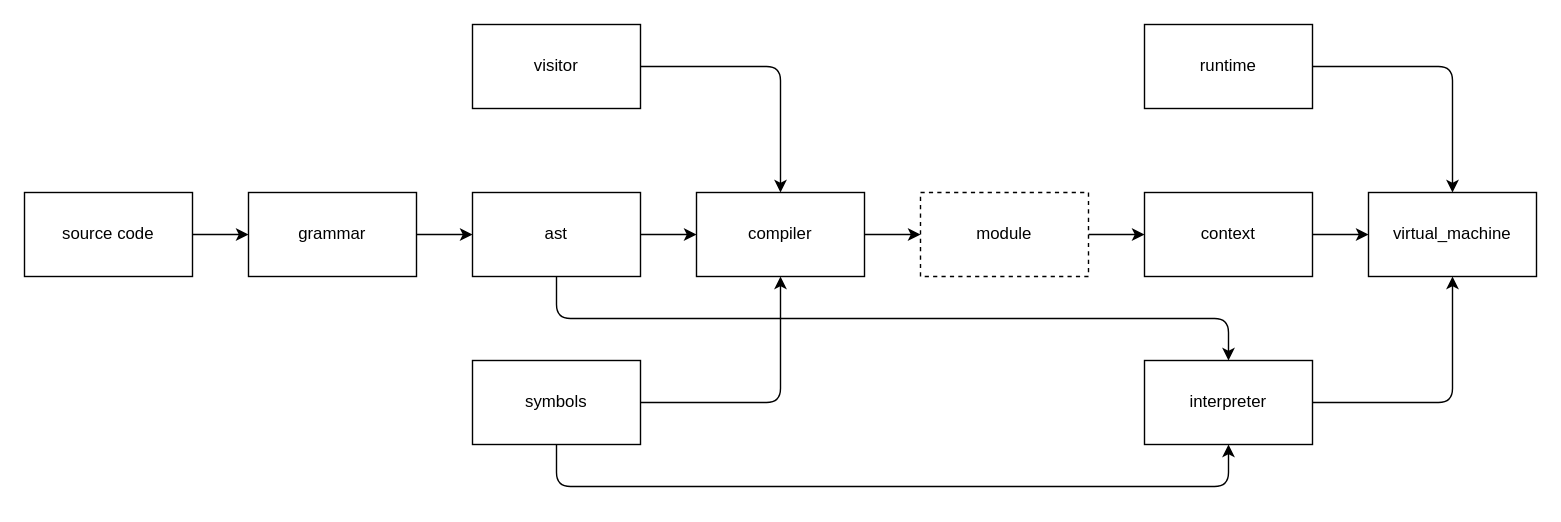
The draw.io diagram doc/graph.drawio in xenginez/XScript, before the edit. Source tidied: cells renumbered, new cells numbered last; positions are measured from the earlier drawing's top-left corner, leaving out a move shared by most shapes. Both pictures are drawn from the tidied source at 140%, with x=0, y=0 at pixel (24, 24).
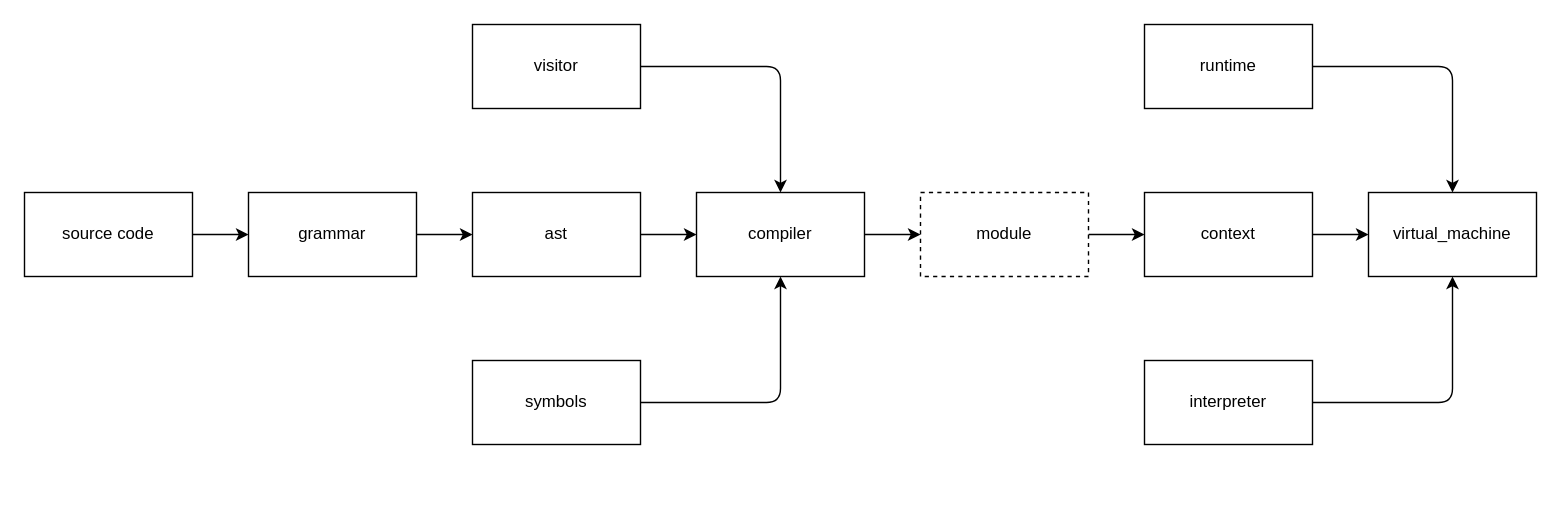
Above is the later version.

The change refers to these unchanged cells:
```xml
<mxCell id="7" value="ast" style="rounded=0;whiteSpace=wrap;html=1;" parent="1" vertex="1">
  <mxGeometry x="320" y="120" width="120" height="60" as="geometry" />
</mxCell>
<mxCell id="15" value="symbols" style="rounded=0;whiteSpace=wrap;html=1;" parent="1" vertex="1">
  <mxGeometry x="320" y="240" width="120" height="60" as="geometry" />
</mxCell>
<mxCell id="24" value="interpreter" style="rounded=0;whiteSpace=wrap;html=1;shadow=0;glass=0;sketch=0;fillStyle=solid;strokeColor=default;fillColor=none;gradientColor=none;" parent="1" vertex="1">
  <mxGeometry x="800" y="240" width="120" height="60" as="geometry" />
</mxCell>
```

Change to the diagram source:
```diff
@@
-    <mxCell id="6" style="edgeStyle=orthogonalEdgeStyle;html=1;exitX=0.5;exitY=1;exitDx=0;exitDy=0;entryX=0.5;entryY=0;entryDx=0;entryDy=0;" parent="1" edge="1" source="7" target="24">
-      <mxGeometry relative="1" as="geometry" />
-    </mxCell>
@@
-    <mxCell id="14" style="edgeStyle=orthogonalEdgeStyle;html=1;exitX=0.5;exitY=1;exitDx=0;exitDy=0;entryX=0.5;entryY=1;entryDx=0;entryDy=0;" parent="1" edge="1" source="15" target="24">
-      <mxGeometry relative="1" as="geometry">
-        <Array as="points">
-          <mxPoint x="380" y="330" />
-          <mxPoint x="860" y="330" />
-        </Array>
-      </mxGeometry>
-    </mxCell>
```
